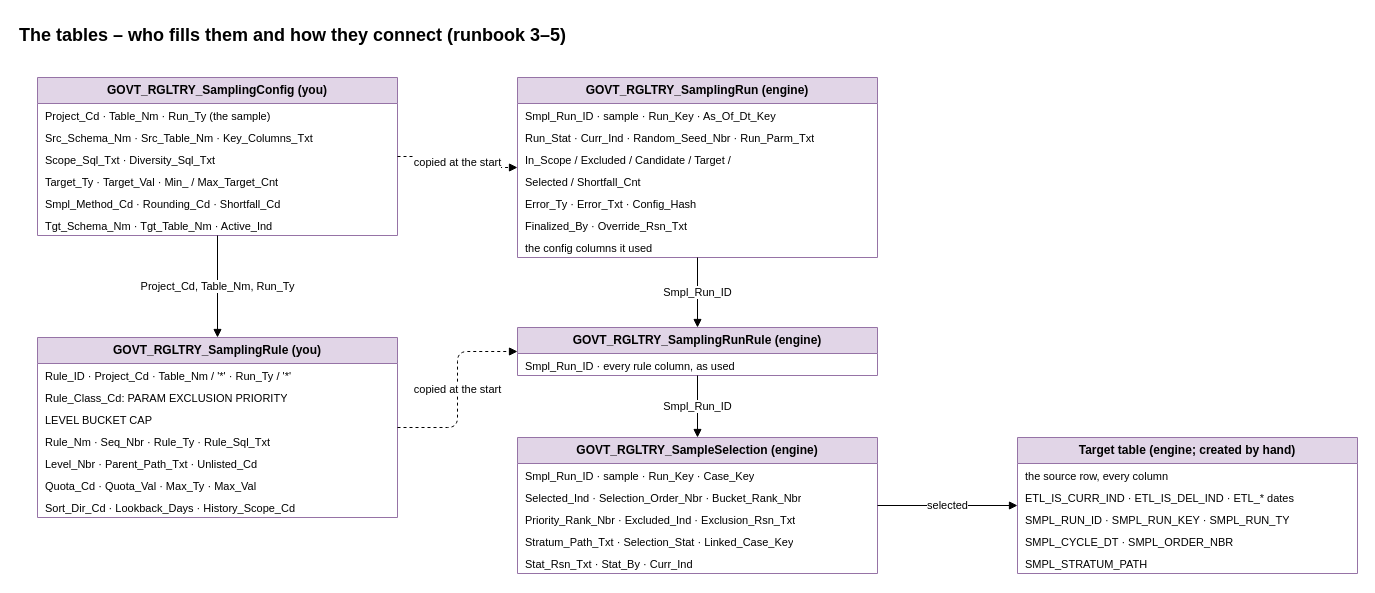
Above: airflow_resources/docs/diagrams/pages/08_tables.drawio in trinathgundavaram/sampling (draw.io), before the change. Source tidied: cells renumbered, new cells numbered last; positions are measured from the earlier drawing's top-left corner, leaving out a move shared by most shapes. Both pictures are drawn from the tidied source at 100%, with x=0, y=0 at pixel (17, 17).
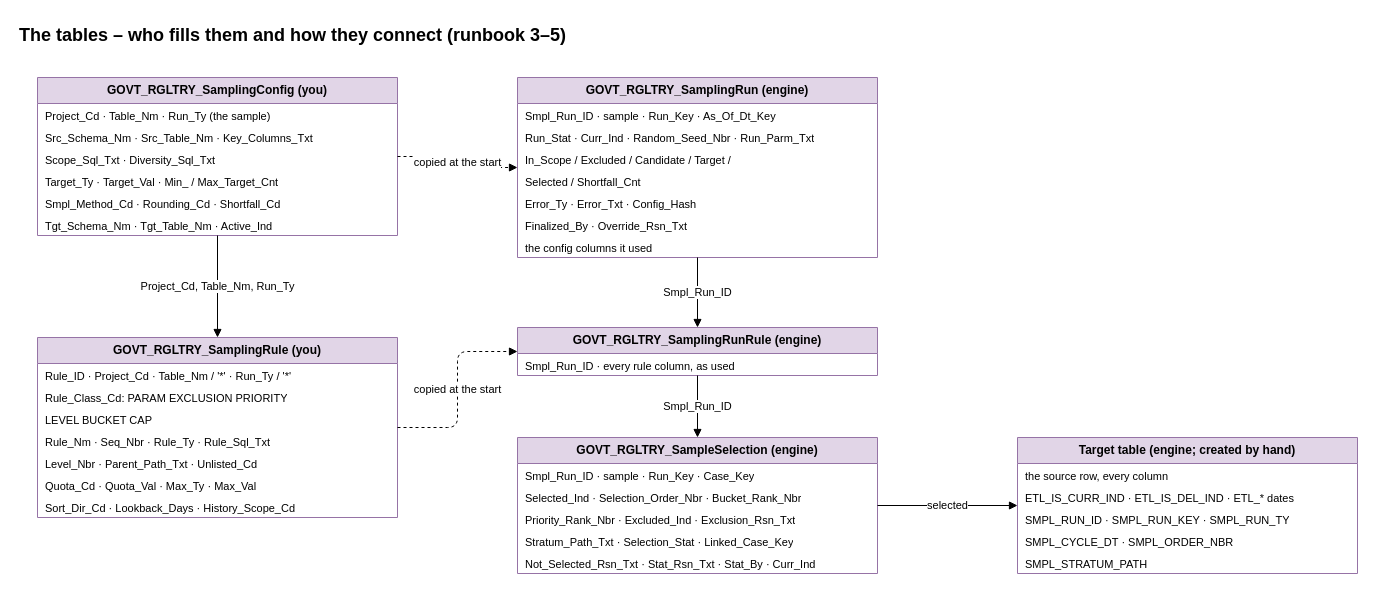
Above is the later version.

Unchanged cells that the change refers to:
```xml
<mxCell id="28" value="GOVT_RGLTRY_SampleSelection  (engine)" style="swimlane;fontStyle=1;horizontal=1;startSize=26;fillColor=#e1d5e7;strokeColor=#9673a6;html=1;whiteSpace=wrap;" parent="1" vertex="1">
  <mxGeometry x="500" y="420" width="360" height="136" as="geometry" />
</mxCell>
```

Diff of the diagram source:
```diff
@@
-    <mxCell id="33" value="Stat_Rsn_Txt · Stat_By · Curr_Ind" style="text;strokeColor=none;fillColor=none;align=left;verticalAlign=top;spacingLeft=6;spacingRight=4;overflow=hidden;html=1;whiteSpace=wrap;fontSize=11;" parent="28" vertex="1">
+    <mxCell id="33" value="Not_Selected_Rsn_Txt · Stat_Rsn_Txt · Stat_By · Curr_Ind" style="text;strokeColor=none;fillColor=none;align=left;verticalAlign=top;spacingLeft=6;spacingRight=4;overflow=hidden;html=1;whiteSpace=wrap;fontSize=11;" parent="28" vertex="1">
       <mxGeometry y="114" width="360" height="22" as="geometry" />
     </mxCell>
```
